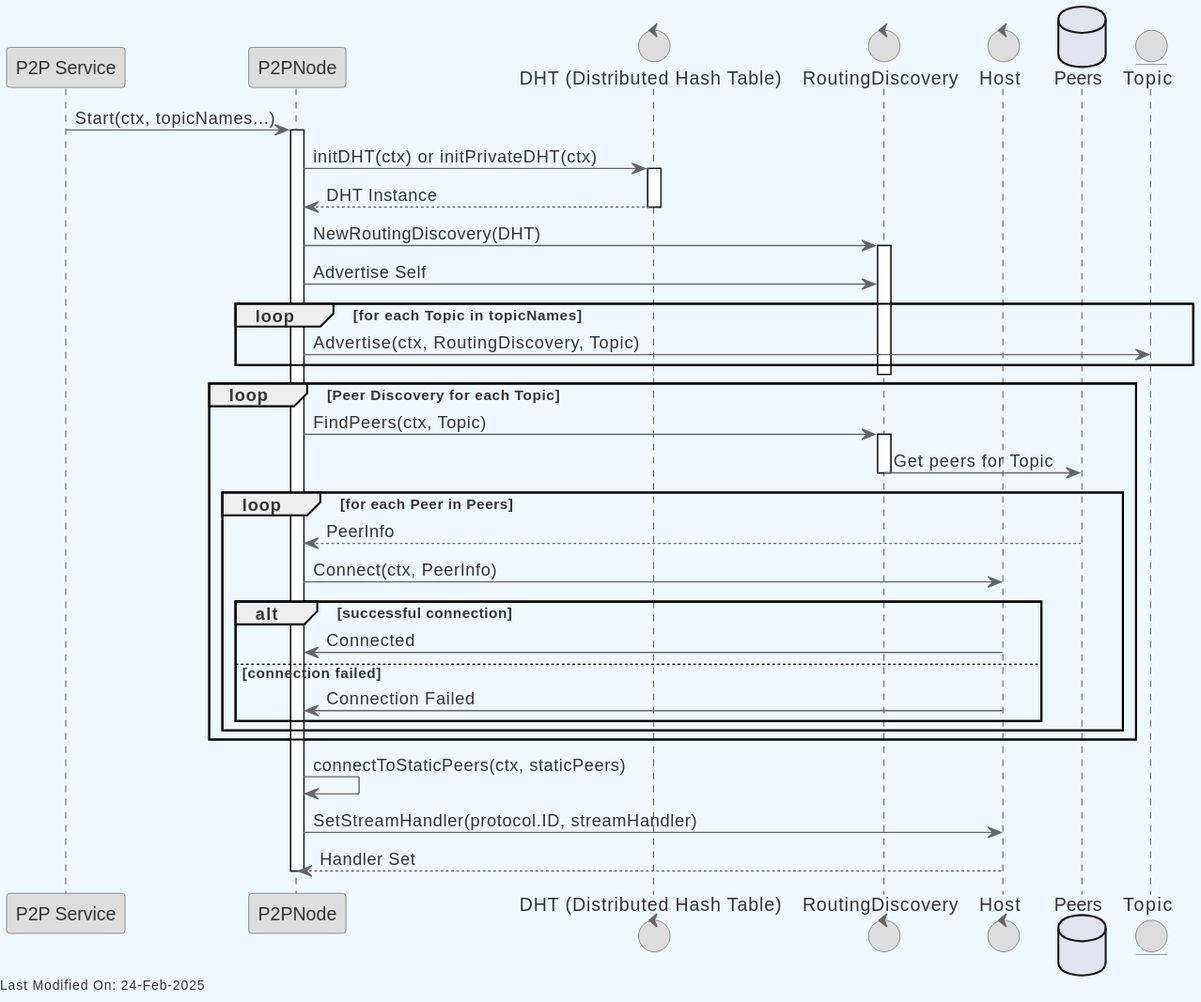
The PlantUML diagram docs/topics/services/img/plantuml/p2p/p2p_peer_discovery.svg in freemans13/teranode, before a commit. Its source is kept beside it as docs/topics/services/img/plantuml/p2p/p2p_peer_discovery.puml.
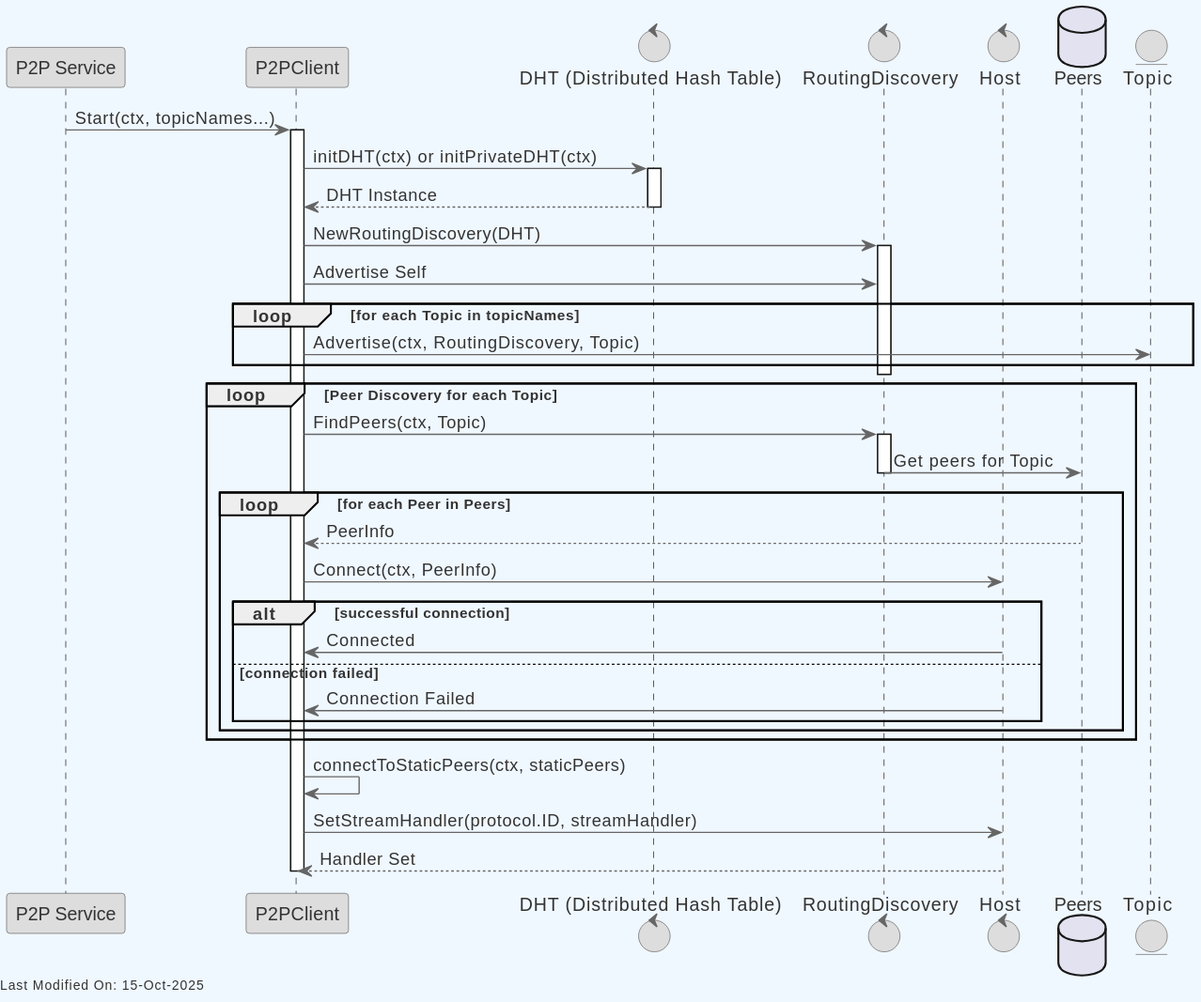
The same diagram one commit later.

Commit message:
docs: Update P2P documentation to reflect P2PNode to P2PClient rename (#4258)

The edit, as a diff of the source:
```diff
@@ -21,52 +21,52 @@
 
 
 participant "P2P Service" as Node
-participant "P2PNode" as P2PNode
+participant "P2PClient" as P2PClient
 control "DHT (Distributed Hash Table)" as DHT
 control "RoutingDiscovery" as RoutingDiscovery
 control "Host" as Host
 database "Peers" as Peers
 entity "Topic" as Topic
 
-Node -> P2PNode: Start(ctx, topicNames...)
-activate P2PNode
+Node -> P2PClient: Start(ctx, topicNames...)
+activate P2PClient
 
-P2PNode -> DHT: initDHT(ctx) or initPrivateDHT(ctx)
+P2PClient -> DHT: initDHT(ctx) or initPrivateDHT(ctx)
 activate DHT
-DHT --> P2PNode: DHT Instance
+DHT --> P2PClient: DHT Instance
 deactivate DHT
 
-P2PNode -> RoutingDiscovery: NewRoutingDiscovery(DHT)
+P2PClient -> RoutingDiscovery: NewRoutingDiscovery(DHT)
 activate RoutingDiscovery
 
-P2PNode -> RoutingDiscovery: Advertise Self
+P2PClient -> RoutingDiscovery: Advertise Self
 loop for each Topic in topicNames
-    P2PNode -> Topic: Advertise(ctx, RoutingDiscovery, Topic)
+    P2PClient -> Topic: Advertise(ctx, RoutingDiscovery, Topic)
 end
 deactivate RoutingDiscovery
 
 loop Peer Discovery for each Topic
-    P2PNode -> RoutingDiscovery: FindPeers(ctx, Topic)
+    P2PClient -> RoutingDiscovery: FindPeers(ctx, Topic)
     activate RoutingDiscovery
     RoutingDiscovery -> Peers: Get peers for Topic
     deactivate RoutingDiscovery
     loop for each Peer in Peers
-        Peers --> P2PNode: PeerInfo
-        P2PNode -> Host: Connect(ctx, PeerInfo)
+        Peers --> P2PClient: PeerInfo
+        P2PClient -> Host: Connect(ctx, PeerInfo)
         alt successful connection
-            Host -> P2PNode: Connected
+            Host -> P2PClient: Connected
         else connection failed
-            Host -> P2PNode: Connection Failed
+            Host -> P2PClient: Connection Failed
         end
     end
 end
 
-P2PNode -> P2PNode: connectToStaticPeers(ctx, staticPeers)
+P2PClient -> P2PClient: connectToStaticPeers(ctx, staticPeers)
 
-P2PNode -> Host: SetStreamHandler(protocol.ID, streamHandler)
-Host --> P2PNode: Handler Set
+P2PClient -> Host: SetStreamHandler(protocol.ID, streamHandler)
+Host --> P2PClient: Handler Set
 
-deactivate P2PNode
+deactivate P2PClient
 left footer Last Modified On: %date("dd-MMM-yyyy")
 
 @enduml
```
